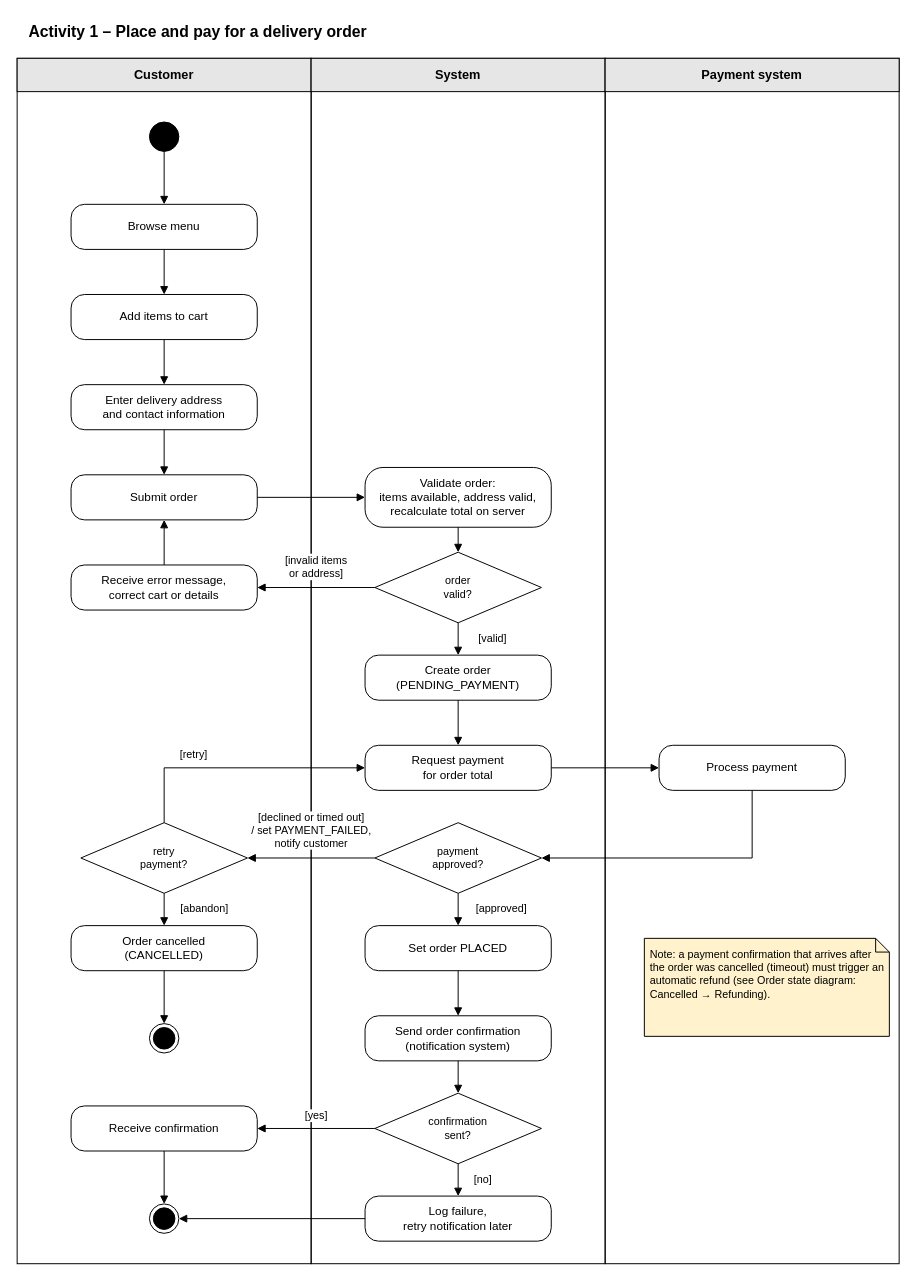
Lukap42/SWE1_Project keeps this draw.io diagram as Activity Diagrams/Activity_1_Place_and_pay_order.drawio. Above is the earlier version. Source tidied: cells renumbered, new cells numbered last; positions are measured from the earlier drawing's top-left corner, leaving out a move shared by most shapes. Both pictures are drawn from the tidied source at 98%, with x=0, y=0 at pixel (17, 17).
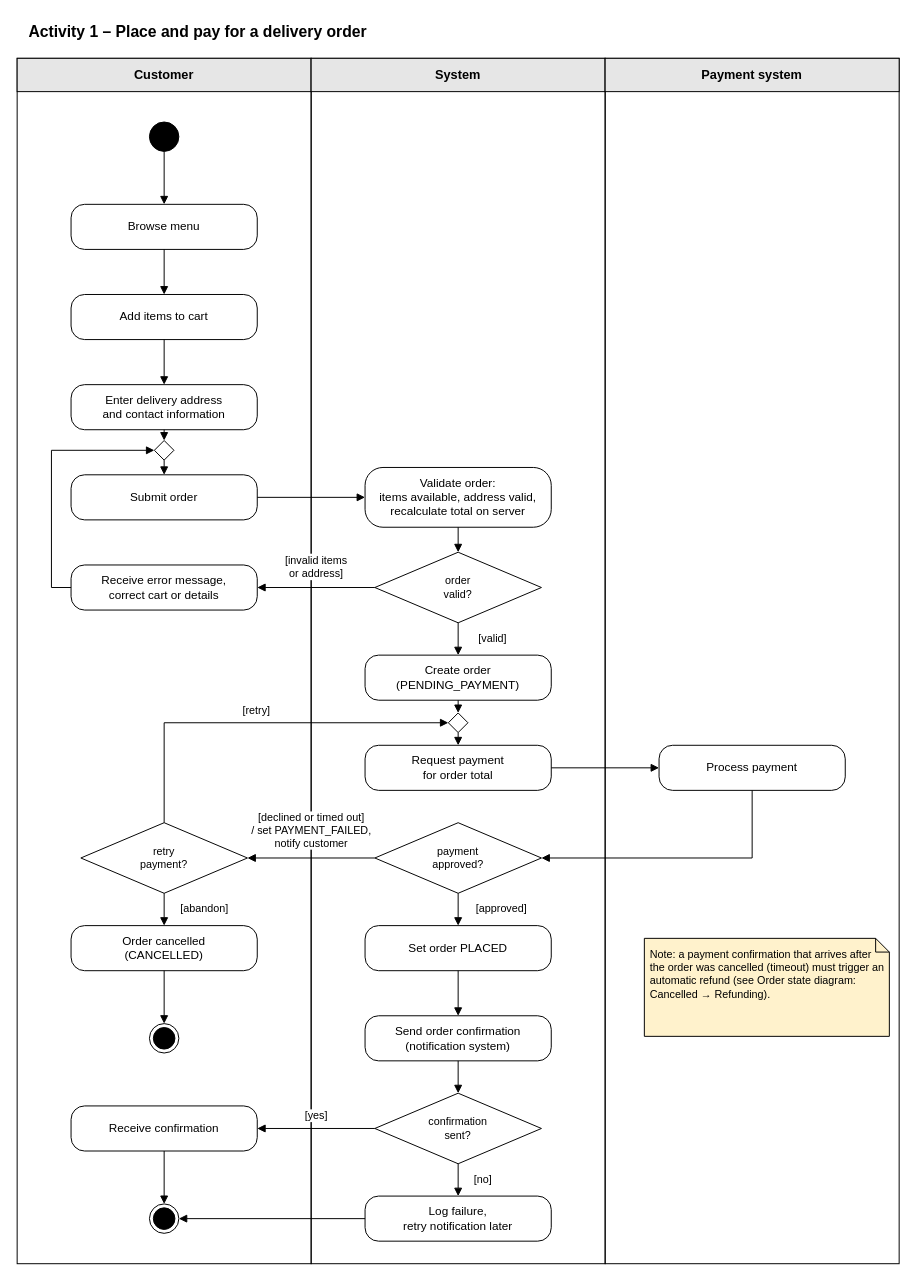
After the change.

Commit message (it also covers changes not shown here):
Activity diagrams update

Unchanged cells that the change refers to:
```xml
<mxCell id="13" value="Enter delivery address&lt;br&gt;and contact information" style="rounded=1;arcSize=30;whiteSpace=wrap;html=1;fillColor=#FFFFFF;strokeColor=#000000;fontColor=#000000;fontSize=12;" parent="1" vertex="1">
  <mxGeometry x="55" y="375" width="190" height="46" as="geometry" />
</mxCell>
<mxCell id="14" value="Submit order" style="rounded=1;arcSize=30;whiteSpace=wrap;html=1;fillColor=#FFFFFF;strokeColor=#000000;fontColor=#000000;fontSize=12;" parent="1" vertex="1">
  <mxGeometry x="55" y="467" width="190" height="46" as="geometry" />
</mxCell>
<mxCell id="17" value="Receive error message,&lt;br&gt;correct cart or details" style="rounded=1;arcSize=30;whiteSpace=wrap;html=1;fillColor=#FFFFFF;strokeColor=#000000;fontColor=#000000;fontSize=12;" parent="1" vertex="1">
  <mxGeometry x="55" y="559" width="190" height="46" as="geometry" />
</mxCell>
<mxCell id="18" value="Create order&lt;br&gt;(PENDING_PAYMENT)" style="rounded=1;arcSize=30;whiteSpace=wrap;html=1;fillColor=#FFFFFF;strokeColor=#000000;fontColor=#000000;fontSize=12;" parent="1" vertex="1">
  <mxGeometry x="355" y="651" width="190" height="46" as="geometry" />
</mxCell>
<mxCell id="19" value="Request payment&lt;br&gt;for order total" style="rounded=1;arcSize=30;whiteSpace=wrap;html=1;fillColor=#FFFFFF;strokeColor=#000000;fontColor=#000000;fontSize=12;" parent="1" vertex="1">
  <mxGeometry x="355" y="743" width="190" height="46" as="geometry" />
</mxCell>
<mxCell id="22" value="retry&lt;br&gt;payment?" style="rhombus;whiteSpace=wrap;html=1;fillColor=#FFFFFF;strokeColor=#000000;fontColor=#000000;fontSize=11;" parent="1" vertex="1">
  <mxGeometry x="65" y="822" width="170" height="72" as="geometry" />
</mxCell>
```

Change to the diagram source:
```diff
@@
-<mxGraphModel>
+<mxGraphModel background="#FFFFFF">
@@
-    <mxCell id="34" style="edgeStyle=orthogonalEdgeStyle;rounded=0;html=1;jettySize=auto;strokeColor=#000000;endArrow=block;endFill=1;fontSize=11;labelBackgroundColor=#FFFFFF;exitX=0.5000;exitY=1.0000;exitDx=0;exitDy=0;entryX=0.5000;entryY=0.0000;entryDx=0;entryDy=0;" parent="1" edge="1" source="13" target="14">
+    <mxCell id="34" style="edgeStyle=orthogonalEdgeStyle;rounded=0;html=1;jettySize=auto;strokeColor=#000000;endArrow=block;endFill=1;fontSize=11;labelBackgroundColor=#FFFFFF;exitX=0.5;exitY=1;entryX=0.5;entryY=0;" parent="1" edge="1" source="13" target="54">
       <mxGeometry relative="1" as="geometry" />
     </mxCell>
@@
-    <mxCell id="38" style="edgeStyle=orthogonalEdgeStyle;rounded=0;html=1;jettySize=auto;strokeColor=#000000;endArrow=block;endFill=1;fontSize=11;labelBackgroundColor=#FFFFFF;exitX=0.5000;exitY=0.0000;exitDx=0;exitDy=0;entryX=0.5000;entryY=1.0000;entryDx=0;entryDy=0;" parent="1" edge="1" source="17" target="14">
-      <mxGeometry relative="1" as="geometry" />
+    <mxCell id="38" style="edgeStyle=orthogonalEdgeStyle;rounded=0;html=1;jettySize=auto;strokeColor=#000000;endArrow=block;endFill=1;fontSize=11;labelBackgroundColor=#FFFFFF;exitX=0;exitY=0.5;entryX=0;entryY=0.5;" parent="1" edge="1" source="17" target="54">
+      <mxGeometry relative="1" as="geometry">
+        <Array as="points">
+          <mxPoint x="35" y="582" />
+          <mxPoint x="35" y="442" />
+        </Array>
+      </mxGeometry>
     </mxCell>
@@
-    <mxCell id="40" style="edgeStyle=orthogonalEdgeStyle;rounded=0;html=1;jettySize=auto;strokeColor=#000000;endArrow=block;endFill=1;fontSize=11;labelBackgroundColor=#FFFFFF;exitX=0.5000;exitY=1.0000;exitDx=0;exitDy=0;entryX=0.5000;entryY=0.0000;entryDx=0;entryDy=0;" parent="1" edge="1" source="18" target="19">
+    <mxCell id="40" style="edgeStyle=orthogonalEdgeStyle;rounded=0;html=1;jettySize=auto;strokeColor=#000000;endArrow=block;endFill=1;fontSize=11;labelBackgroundColor=#FFFFFF;exitX=0.5;exitY=1;entryX=0.5;entryY=0;" parent="1" edge="1" source="18" target="56">
       <mxGeometry relative="1" as="geometry" />
     </mxCell>
@@
-    <mxCell id="45" value="[retry]" style="edgeStyle=orthogonalEdgeStyle;rounded=0;html=1;jettySize=auto;strokeColor=#000000;endArrow=block;endFill=1;fontSize=11;labelBackgroundColor=#FFFFFF;exitX=0.5000;exitY=0.0000;exitDx=0;exitDy=0;entryX=0.0000;entryY=0.5000;entryDx=0;entryDy=0;" parent="1" edge="1" source="22" target="19">
-      <mxGeometry x="-0.34" relative="1" as="geometry">
+    <mxCell id="45" value="[retry]" style="edgeStyle=orthogonalEdgeStyle;rounded=0;html=1;jettySize=auto;strokeColor=#000000;endArrow=block;endFill=1;fontSize=11;labelBackgroundColor=#FFFFFF;exitX=0.5;exitY=0;entryX=0;entryY=0.5;" parent="1" edge="1" source="22" target="56">
+      <mxGeometry relative="1" as="geometry">
         <Array as="points">
-          <mxPoint x="150" y="766" />
+          <mxPoint x="150" y="720" />
         </Array>
-        <mxPoint y="-14" as="offset" />
+        <mxPoint y="-12" as="offset" />
       </mxGeometry>
     </mxCell>
@@
+    <mxCell id="54" style="rhombus;whiteSpace=wrap;html=1;fillColor=#FFFFFF;strokeColor=#000000;fontColor=#000000;fontSize=11;" parent="1" vertex="1">
+      <mxGeometry x="140" y="432" width="20" height="20" as="geometry" />
+    </mxCell>
+    <mxCell id="55" style="edgeStyle=orthogonalEdgeStyle;rounded=0;html=1;jettySize=auto;strokeColor=#000000;endArrow=block;endFill=1;fontSize=11;labelBackgroundColor=#FFFFFF;exitX=0.5;exitY=1;entryX=0.5;entryY=0;" parent="1" edge="1" source="54" target="14">
+      <mxGeometry relative="1" as="geometry" />
+    </mxCell>
+    <mxCell id="56" style="rhombus;whiteSpace=wrap;html=1;fillColor=#FFFFFF;strokeColor=#000000;fontColor=#000000;fontSize=11;" parent="1" vertex="1">
+      <mxGeometry x="440" y="710" width="20" height="20" as="geometry" />
+    </mxCell>
+    <mxCell id="57" style="edgeStyle=orthogonalEdgeStyle;rounded=0;html=1;jettySize=auto;strokeColor=#000000;endArrow=block;endFill=1;fontSize=11;labelBackgroundColor=#FFFFFF;exitX=0.5;exitY=1;entryX=0.5;entryY=0;" parent="1" edge="1" source="56" target="19">
+      <mxGeometry relative="1" as="geometry" />
+    </mxCell>
```
